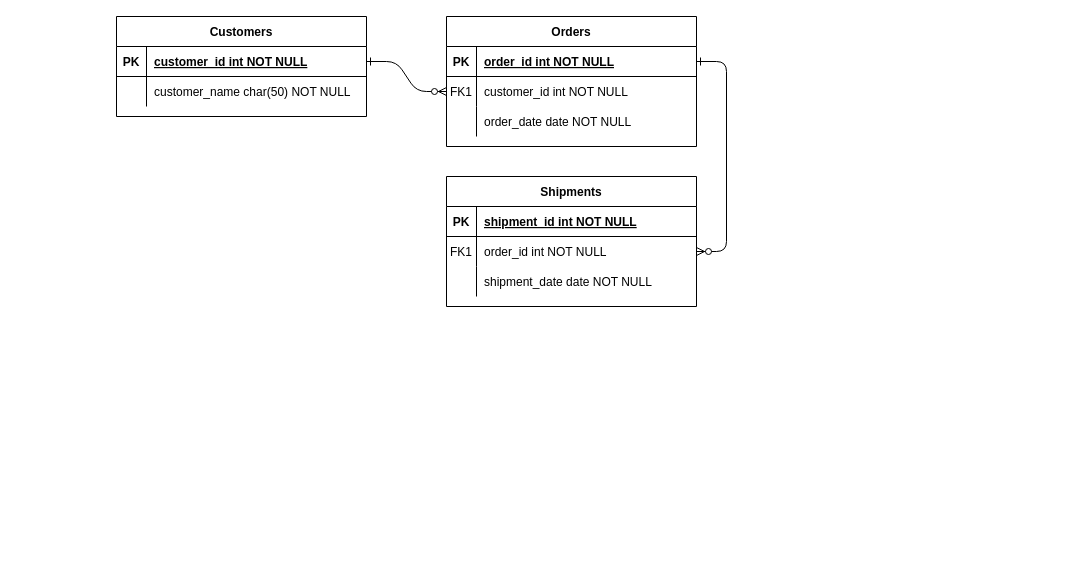
This is Untitled Diagram.drawio from JohnValdes/dbJV, a draw.io file, before an edit. Source tidied: cells renumbered, new cells numbered last; positions are measured from the earlier drawing's top-left corner, leaving out a move shared by most shapes. Both pictures are drawn from the tidied source at 100%, with x=0, y=0 at pixel (116, 16).
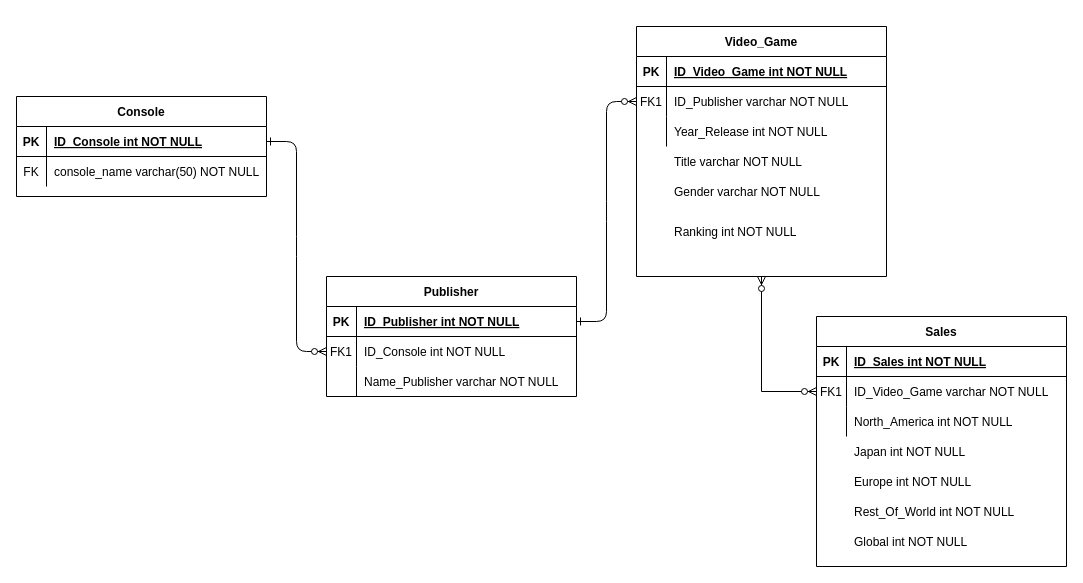
After the change.

Commit message:
vdeo_game_sales

Unchanged cells that the change refers to:
```xml
<mxCell id="5" style="shape=partialRectangle;fillColor=none;points=[[0,0.5],[1,0.5]];portConstraint=eastwest;top=0;left=0;right=0;bottom=1;" parent="4" vertex="1">
  <mxGeometry y="30" width="250" height="30" as="geometry" />
</mxCell>
<mxCell id="8" style="shape=partialRectangle;fillColor=none;points=[[0,0.5],[1,0.5]];portConstraint=eastwest;top=0;left=0;right=0;bottom=0;" parent="4" vertex="1">
  <mxGeometry y="60" width="250" height="30" as="geometry" />
</mxCell>
<mxCell id="11" style="shape=partialRectangle;fillColor=none;top=0;left=0;right=0;bottom=0;" parent="4" vertex="1">
  <mxGeometry y="90" width="250" height="30" as="geometry" />
</mxCell>
<mxCell id="15" style="shape=partialRectangle;fillColor=none;top=0;left=0;right=0;bottom=1;" parent="14" vertex="1">
  <mxGeometry y="30" width="250" height="30" as="geometry" />
</mxCell>
<mxCell id="18" style="shape=partialRectangle;fillColor=none;points=[[0,0.5],[1,0.5]];portConstraint=eastwest;top=0;left=0;right=0;bottom=0;" parent="14" vertex="1">
  <mxGeometry y="60" width="250" height="30" as="geometry" />
</mxCell>
<mxCell id="21" style="shape=partialRectangle;fillColor=none;top=0;left=0;right=0;bottom=0;" parent="14" vertex="1">
  <mxGeometry y="90" width="250" height="30" as="geometry" />
</mxCell>
<mxCell id="25" style="shape=partialRectangle;fillColor=none;points=[[0,0.5],[1,0.5]];portConstraint=eastwest;top=0;left=0;right=0;bottom=1;" parent="24" vertex="1">
  <mxGeometry y="30" width="250" height="30" as="geometry" />
</mxCell>
<mxCell id="28" style="shape=partialRectangle;fillColor=none;top=0;left=0;right=0;bottom=0;" parent="24" vertex="1">
  <mxGeometry y="60" width="250" height="30" as="geometry" />
</mxCell>
```

Change to the diagram source:
```diff
@@
-    <mxCell id="4" value="Orders" style="shape=table;startSize=30;childLayout=tableLayout;rowLines=0;fontStyle=1;align=center;" parent="1" vertex="1">
-      <mxGeometry x="330" width="250" height="130" as="geometry" />
+    <mxCell id="4" value="Publisher" style="shape=table;startSize=30;childLayout=tableLayout;rowLines=0;fontStyle=1;align=center;" parent="1" vertex="1">
+      <mxGeometry x="210" y="260" width="250" height="120" as="geometry" />
     </mxCell>
@@
-    <mxCell id="7" value="order_id int NOT NULL " style="shape=partialRectangle;overflow=hidden;fillColor=none;top=0;left=0;bottom=0;right=0;align=left;spacingLeft=6;fontStyle=5;" parent="5" vertex="1">
+    <mxCell id="7" value="ID_Publisher int NOT NULL " style="shape=partialRectangle;overflow=hidden;fillColor=none;top=0;left=0;bottom=0;right=0;align=left;spacingLeft=6;fontStyle=5;" parent="5" vertex="1">
       <mxGeometry x="30" width="220" height="30" as="geometry" />
     </mxCell>
@@
-    <mxCell id="10" value="customer_id int NOT NULL" style="shape=partialRectangle;overflow=hidden;fillColor=none;top=0;left=0;bottom=0;right=0;align=left;spacingLeft=6;" parent="8" vertex="1">
+    <mxCell id="10" value="ID_Console int NOT NULL" style="shape=partialRectangle;overflow=hidden;fillColor=none;top=0;left=0;bottom=0;right=0;align=left;spacingLeft=6;" parent="8" vertex="1">
       <mxGeometry x="30" width="220" height="30" as="geometry" />
     </mxCell>
@@
-    <mxCell id="13" value="order_date date NOT NULL" style="shape=partialRectangle;overflow=hidden;fillColor=none;top=0;left=0;bottom=0;right=0;align=left;spacingLeft=6;" parent="11" vertex="1">
+    <mxCell id="13" value="Name_Publisher varchar NOT NULL" style="shape=partialRectangle;overflow=hidden;fillColor=none;top=0;left=0;bottom=0;right=0;align=left;spacingLeft=6;" parent="11" vertex="1">
       <mxGeometry x="30" width="220" height="30" as="geometry" />
     </mxCell>
+    <mxCell id="31" style="edgeStyle=orthogonalEdgeStyle;rounded=0;jettySize=auto;html=1;exitX=0.5;exitY=1;exitDx=0;exitDy=0;entryX=0;entryY=0.5;entryDx=0;entryDy=0;startArrow=ERzeroToMany;startFill=1;endArrow=ERzeroToMany;endFill=1;" parent="1" edge="1" source="14" target="36">
+      <mxGeometry relative="1" as="geometry" />
+    </mxCell>
-    <mxCell id="14" value="Shipments" style="shape=table;startSize=30;childLayout=tableLayout;rowLines=0;fontStyle=1;align=center;" parent="1" vertex="1">
-      <mxGeometry x="330" y="160" width="250" height="130" as="geometry" />
+    <mxCell id="14" value="Video_Game" style="shape=table;startSize=30;childLayout=tableLayout;rowLines=0;fontStyle=1;align=center;" parent="1" vertex="1">
+      <mxGeometry x="520" y="10" width="250" height="250" as="geometry" />
     </mxCell>
@@
-    <mxCell id="17" value="shipment_id int NOT NULL " style="shape=partialRectangle;overflow=hidden;fillColor=none;top=0;left=0;bottom=0;right=0;align=left;spacingLeft=6;fontStyle=5;" parent="15" vertex="1">
+    <mxCell id="17" value="ID_Video_Game int NOT NULL " style="shape=partialRectangle;overflow=hidden;fillColor=none;top=0;left=0;bottom=0;right=0;align=left;spacingLeft=6;fontStyle=5;" parent="15" vertex="1">
       <mxGeometry x="30" width="220" height="30" as="geometry" />
     </mxCell>
@@
-    <mxCell id="20" value="order_id int NOT NULL" style="shape=partialRectangle;overflow=hidden;fillColor=none;top=0;left=0;bottom=0;right=0;align=left;spacingLeft=6;" parent="18" vertex="1">
+    <mxCell id="20" value="ID_Publisher varchar NOT NULL" style="shape=partialRectangle;overflow=hidden;fillColor=none;top=0;left=0;bottom=0;right=0;align=left;spacingLeft=6;" parent="18" vertex="1">
       <mxGeometry x="30" width="220" height="30" as="geometry" />
     </mxCell>
@@
-    <mxCell id="23" value="shipment_date date NOT NULL" style="shape=partialRectangle;overflow=hidden;fillColor=none;top=0;left=0;bottom=0;right=0;align=left;spacingLeft=6;" parent="21" vertex="1">
+    <mxCell id="23" value="Year_Release int NOT NULL" style="shape=partialRectangle;overflow=hidden;fillColor=none;top=0;left=0;bottom=0;right=0;align=left;spacingLeft=6;" parent="21" vertex="1">
       <mxGeometry x="30" width="220" height="30" as="geometry" />
     </mxCell>
-    <mxCell id="24" value="Customers" style="shape=table;startSize=30;childLayout=tableLayout;rowLines=0;fontStyle=1;align=center;" parent="1" vertex="1">
-      <mxGeometry width="250" height="100" as="geometry" />
+    <mxCell id="24" value="Console" style="shape=table;startSize=30;childLayout=tableLayout;rowLines=0;fontStyle=1;align=center;" parent="1" vertex="1">
+      <mxGeometry x="-100" y="80" width="250" height="100" as="geometry" />
     </mxCell>
@@
-    <mxCell id="27" value="customer_id int NOT NULL " style="shape=partialRectangle;overflow=hidden;fillColor=none;top=0;left=0;bottom=0;right=0;align=left;spacingLeft=6;fontStyle=5;" parent="25" vertex="1">
+    <mxCell id="27" value="ID_Console int NOT NULL " style="shape=partialRectangle;overflow=hidden;fillColor=none;top=0;left=0;bottom=0;right=0;align=left;spacingLeft=6;fontStyle=5;" parent="25" vertex="1">
       <mxGeometry x="30" width="220" height="30" as="geometry" />
     </mxCell>
@@
-    <mxCell id="29" style="shape=partialRectangle;overflow=hidden;fillColor=none;top=0;left=0;bottom=0;right=0;" parent="28" vertex="1">
+    <mxCell id="29" value="FK" style="shape=partialRectangle;overflow=hidden;fillColor=none;top=0;left=0;bottom=0;right=0;" parent="28" vertex="1">
       <mxGeometry width="30" height="30" as="geometry" />
     </mxCell>
-    <mxCell id="30" value="customer_name char(50) NOT NULL" style="shape=partialRectangle;overflow=hidden;fillColor=none;top=0;left=0;bottom=0;right=0;align=left;spacingLeft=6;" parent="28" vertex="1">
+    <mxCell id="30" value="console_name varchar(50) NOT NULL" style="shape=partialRectangle;overflow=hidden;fillColor=none;top=0;left=0;bottom=0;right=0;align=left;spacingLeft=6;" parent="28" vertex="1">
       <mxGeometry x="30" width="220" height="30" as="geometry" />
     </mxCell>
+    <mxCell id="32" value="Sales" style="shape=table;startSize=30;childLayout=tableLayout;rowLines=0;fontStyle=1;align=center;" parent="1" vertex="1">
+      <mxGeometry x="700" y="300" width="250" height="250" as="geometry" />
+    </mxCell>
+    <mxCell id="33" style="shape=partialRectangle;fillColor=none;top=0;left=0;right=0;bottom=1;" parent="32" vertex="1">
+      <mxGeometry y="30" width="250" height="30" as="geometry" />
+    </mxCell>
+    <mxCell id="34" value="PK" style="shape=partialRectangle;overflow=hidden;fillColor=none;top=0;left=0;bottom=0;right=0;fontStyle=1;" parent="33" vertex="1">
+      <mxGeometry width="30" height="30" as="geometry" />
+    </mxCell>
+    <mxCell id="35" value="ID_Sales int NOT NULL " style="shape=partialRectangle;overflow=hidden;fillColor=none;top=0;left=0;bottom=0;right=0;align=left;spacingLeft=6;fontStyle=5;" parent="33" vertex="1">
+      <mxGeometry x="30" width="220" height="30" as="geometry" />
+    </mxCell>
+    <mxCell id="36" style="shape=partialRectangle;fillColor=none;points=[[0,0.5],[1,0.5]];portConstraint=eastwest;top=0;left=0;right=0;bottom=0;" parent="32" vertex="1">
+      <mxGeometry y="60" width="250" height="30" as="geometry" />
+    </mxCell>
+    <mxCell id="37" value="FK1" style="shape=partialRectangle;overflow=hidden;fillColor=none;top=0;left=0;bottom=0;right=0;" parent="36" vertex="1">
+      <mxGeometry width="30" height="30" as="geometry" />
+    </mxCell>
+    <mxCell id="38" value="ID_Video_Game varchar NOT NULL" style="shape=partialRectangle;overflow=hidden;fillColor=none;top=0;left=0;bottom=0;right=0;align=left;spacingLeft=6;" parent="36" vertex="1">
+      <mxGeometry x="30" width="220" height="30" as="geometry" />
+    </mxCell>
+    <mxCell id="39" style="shape=partialRectangle;fillColor=none;top=0;left=0;right=0;bottom=0;" parent="32" vertex="1">
+      <mxGeometry y="90" width="250" height="30" as="geometry" />
+    </mxCell>
+    <mxCell id="40" style="shape=partialRectangle;overflow=hidden;fillColor=none;top=0;left=0;bottom=0;right=0;" parent="39" vertex="1">
+      <mxGeometry width="30" height="30" as="geometry" />
+    </mxCell>
+    <mxCell id="41" value="North_America int NOT NULL" style="shape=partialRectangle;overflow=hidden;fillColor=none;top=0;left=0;bottom=0;right=0;align=left;spacingLeft=6;" parent="39" vertex="1">
+      <mxGeometry x="30" width="220" height="30" as="geometry" />
+    </mxCell>
+    <mxCell id="42" style="shape=partialRectangle;fillColor=none;top=0;left=0;right=0;bottom=0;" parent="1" vertex="1">
+      <mxGeometry x="520" y="130" width="250" height="30" as="geometry" />
+    </mxCell>
+    <mxCell id="43" style="shape=partialRectangle;overflow=hidden;fillColor=none;top=0;left=0;bottom=0;right=0;" parent="42" vertex="1">
+      <mxGeometry width="30" height="30" as="geometry" />
+    </mxCell>
+    <mxCell id="44" value="Title varchar NOT NULL" style="shape=partialRectangle;overflow=hidden;fillColor=none;top=0;left=0;bottom=0;right=0;align=left;spacingLeft=6;" parent="42" vertex="1">
+      <mxGeometry x="30" width="220" height="30" as="geometry" />
+    </mxCell>
+    <mxCell id="45" style="shape=partialRectangle;fillColor=none;top=0;left=0;right=0;bottom=0;" parent="1" vertex="1">
+      <mxGeometry x="520" y="160" width="250" height="30" as="geometry" />
+    </mxCell>
+    <mxCell id="46" style="shape=partialRectangle;overflow=hidden;fillColor=none;top=0;left=0;bottom=0;right=0;" parent="45" vertex="1">
+      <mxGeometry width="30" height="30" as="geometry" />
+    </mxCell>
+    <mxCell id="47" value="Gender varchar NOT NULL" style="shape=partialRectangle;overflow=hidden;fillColor=none;top=0;left=0;bottom=0;right=0;align=left;spacingLeft=6;" parent="45" vertex="1">
+      <mxGeometry x="30" width="220" height="30" as="geometry" />
+    </mxCell>
+    <mxCell id="48" style="shape=partialRectangle;fillColor=none;top=0;left=0;right=0;bottom=0;" parent="1" vertex="1">
+      <mxGeometry x="520" y="200" width="250" height="30" as="geometry" />
+    </mxCell>
+    <mxCell id="49" style="shape=partialRectangle;overflow=hidden;fillColor=none;top=0;left=0;bottom=0;right=0;" parent="48" vertex="1">
+      <mxGeometry width="30" height="30" as="geometry" />
+    </mxCell>
+    <mxCell id="50" value="Ranking int NOT NULL" style="shape=partialRectangle;overflow=hidden;fillColor=none;top=0;left=0;bottom=0;right=0;align=left;spacingLeft=6;" parent="48" vertex="1">
+      <mxGeometry x="30" width="220" height="30" as="geometry" />
+    </mxCell>
+    <mxCell id="51" style="shape=partialRectangle;fillColor=none;top=0;left=0;right=0;bottom=0;" parent="1" vertex="1">
+      <mxGeometry x="700" y="420" width="250" height="30" as="geometry" />
+    </mxCell>
+    <mxCell id="52" style="shape=partialRectangle;overflow=hidden;fillColor=none;top=0;left=0;bottom=0;right=0;" parent="51" vertex="1">
+      <mxGeometry width="30" height="30" as="geometry" />
+    </mxCell>
+    <mxCell id="53" value="Japan int NOT NULL" style="shape=partialRectangle;overflow=hidden;fillColor=none;top=0;left=0;bottom=0;right=0;align=left;spacingLeft=6;" parent="51" vertex="1">
+      <mxGeometry x="30" width="220" height="30" as="geometry" />
+    </mxCell>
+    <mxCell id="54" style="shape=partialRectangle;fillColor=none;top=0;left=0;right=0;bottom=0;" parent="1" vertex="1">
+      <mxGeometry x="700" y="450" width="250" height="30" as="geometry" />
+    </mxCell>
+    <mxCell id="55" style="shape=partialRectangle;overflow=hidden;fillColor=none;top=0;left=0;bottom=0;right=0;" parent="54" vertex="1">
+      <mxGeometry width="30" height="30" as="geometry" />
+    </mxCell>
+    <mxCell id="56" value="Europe int NOT NULL" style="shape=partialRectangle;overflow=hidden;fillColor=none;top=0;left=0;bottom=0;right=0;align=left;spacingLeft=6;" parent="54" vertex="1">
+      <mxGeometry x="30" width="220" height="30" as="geometry" />
+    </mxCell>
+    <mxCell id="57" style="shape=partialRectangle;fillColor=none;top=0;left=0;right=0;bottom=0;" parent="1" vertex="1">
+      <mxGeometry x="700" y="480" width="250" height="30" as="geometry" />
+    </mxCell>
+    <mxCell id="58" style="shape=partialRectangle;overflow=hidden;fillColor=none;top=0;left=0;bottom=0;right=0;" parent="57" vertex="1">
+      <mxGeometry width="30" height="30" as="geometry" />
+    </mxCell>
+    <mxCell id="59" value="Rest_Of_World int NOT NULL" style="shape=partialRectangle;overflow=hidden;fillColor=none;top=0;left=0;bottom=0;right=0;align=left;spacingLeft=6;" parent="57" vertex="1">
+      <mxGeometry x="30" width="220" height="30" as="geometry" />
+    </mxCell>
+    <mxCell id="60" style="shape=partialRectangle;fillColor=none;top=0;left=0;right=0;bottom=0;" parent="1" vertex="1">
+      <mxGeometry x="700" y="510" width="250" height="30" as="geometry" />
+    </mxCell>
+    <mxCell id="61" style="shape=partialRectangle;overflow=hidden;fillColor=none;top=0;left=0;bottom=0;right=0;" parent="60" vertex="1">
+      <mxGeometry width="30" height="30" as="geometry" />
+    </mxCell>
+    <mxCell id="62" value="Global int NOT NULL" style="shape=partialRectangle;overflow=hidden;fillColor=none;top=0;left=0;bottom=0;right=0;align=left;spacingLeft=6;" parent="60" vertex="1">
+      <mxGeometry x="30" width="220" height="30" as="geometry" />
+    </mxCell>
```
